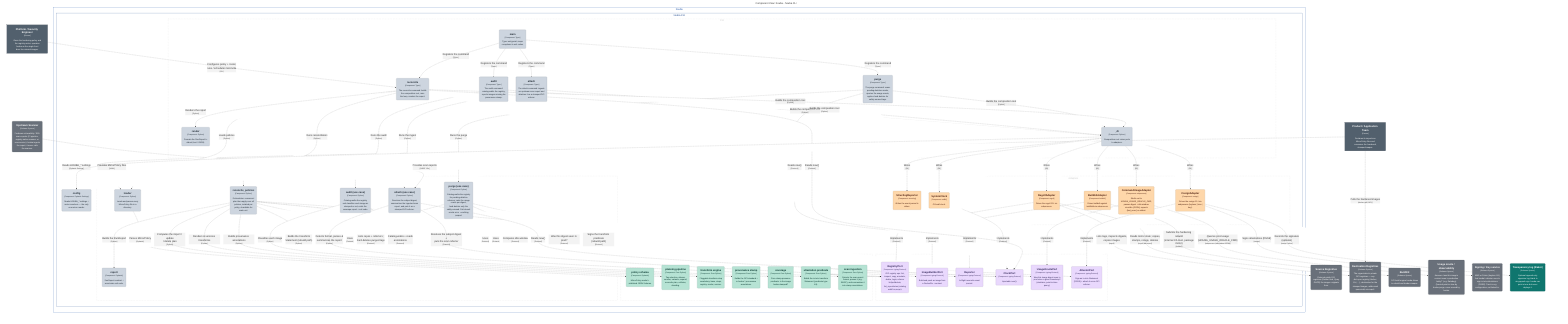
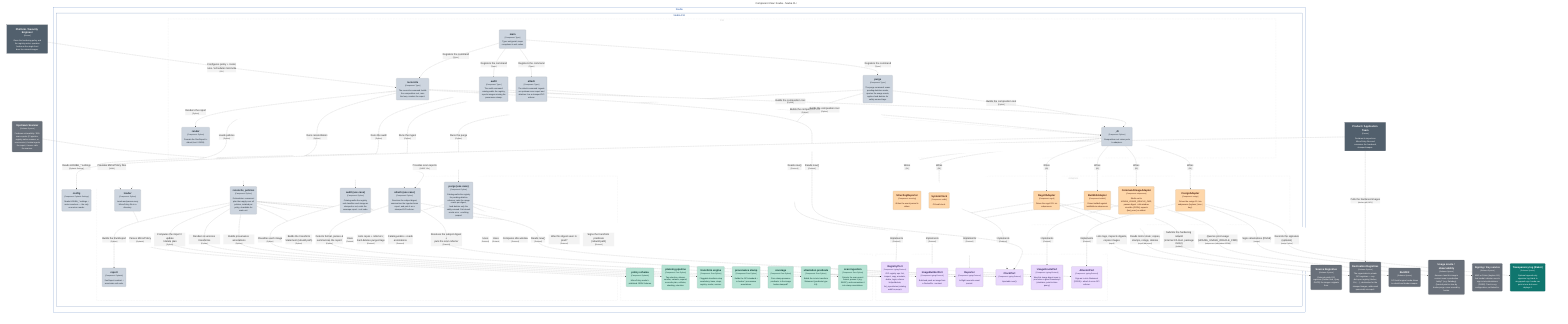
graph LR
  linkStyle default fill:#ffffff

  subgraph diagram ["Component View: houba - houba CLI"]
    style diagram fill:#ffffff,stroke:#ffffff

    1["<div style='font-weight: bold'>Platform / Security Engineer</div><div style='font-size: 70%; margin-top: 0px'>[Person]</div><div style='font-size: 80%; margin-top:10px'>Owns the hardening policy and<br />the registry roster; operates<br />houba as the single front<br />door for external images.</div>"]
    style 1 fill:#52606d,stroke:#39434c,color:#ffffff
    2["<div style='font-weight: bold'>Product / Application Team</div><div style='font-size: 70%; margin-top: 0px'>[Person]</div><div style='font-size: 80%; margin-top:10px'>Declares its imports as<br />MirrorPolicy files and<br />consumes the hardened,<br />stamped images.</div>"]
    style 2 fill:#52606d,stroke:#39434c,color:#ffffff

    44("<div style='font-weight: bold'>Source Registries</div><div style='font-size: 70%; margin-top: 0px'>[Software System]</div><div style='font-size: 80%; margin-top:10px'>External public OCI<br />registries (Docker Hub, Quay,<br />GHCR) the images originate<br />from.</div>")
    style 44 fill:#69707a,stroke:#494e55,color:#ffffff
    45("<div style='font-weight: bold'>Destination Registries</div><div style='font-size: 70%; margin-top: 0px'>[Software System]</div><div style='font-size: 80%; margin-top:10px'>The organization's private<br />OCI registries — any<br />dist-spec registry (Harbor,<br />Zot, …); destination for the<br />stamped images, addressed<br />generically via regctl.</div>")
    style 45 fill:#69707a,stroke:#494e55,color:#ffffff
    46("<div style='font-weight: bold'>BuildKit</div><div style='font-size: 70%; margin-top: 0px'>[Software System]</div><div style='font-size: 80%; margin-top:10px'>OCI build engine houba drives<br />to rebuild and harden images.</div>")
    style 46 fill:#69707a,stroke:#494e55,color:#ffffff
    50("<div style='font-weight: bold'>Usage oracle / observability</div><div style='font-size: 70%; margin-top: 0px'>[Software System]</div><div style='font-size: 80%; margin-top:10px'>Answers 'was this image's<br />content seen in production<br />lately?' (e.g. Datadog).<br />Queried point-in-time by<br />houba purge; never owned by<br />houba.</div>")
    style 50 fill:#69707a,stroke:#494e55,color:#ffffff
    51("<div style='font-weight: bold'>Signing / Key service</div><div style='font-size: 70%; margin-top: 0px'>[Software System]</div><div style='font-size: 80%; margin-top:10px'>KMS or Fulcio (keyless CA)<br />that houba's attestor uses to<br />sign in-toto attestations<br />(DSSE). Trust is org<br />configuration, not baked in.</div>")
    style 51 fill:#69707a,stroke:#494e55,color:#ffffff
    52("<div style='font-weight: bold'>Transparency log (Rekor)</div><div style='font-size: 70%; margin-top: 0px'>[Software System]</div><div style='font-size: 80%; margin-top:10px'>Optional append-only<br />signature log; blank in<br />air-gapped orgs. houba can<br />point at one but never<br />deploys it.</div>")
    style 52 fill:#0f766e,stroke:#0a524d,color:#ffffff
    53("<div style='font-weight: bold'>Upstream Scanner</div><div style='font-size: 70%; margin-top: 0px'>[Software System]</div><div style='font-size: 80%; margin-top:10px'>Produces vulnerability / EOL<br />scan reports (CI pipeline,<br />registry-native scanner, or<br />scan service). houba ingests<br />the report; it never calls<br />the scanner.</div>")
    style 53 fill:#69707a,stroke:#494e55,color:#ffffff

    subgraph 4 ["houba"]
      style 4 fill:#ffffff,stroke:#154da4,color:#154da4

      subgraph 5 ["houba CLI"]
        style 5 fill:#ffffff,stroke:#19458c,color:#19458c

        subgraph group1 ["Adapters"]
          style group1 fill:#ffffff,stroke:#cccccc,color:#cccccc,stroke-dasharray:5

          32("<div style='font-weight: bold'>RegctlAdapter</div><div style='font-size: 70%; margin-top: 0px'>[Component: regctl]</div><div style='font-size: 80%; margin-top:10px'>Drives the regctl CLI via<br />subprocess.</div>")
          style 32 fill:#fed7aa,stroke:#b19676,color:#4a1b0c
          33("<div style='font-weight: bold'>BuildkitAdapter</div><div style='font-size: 70%; margin-top: 0px'>[Component: buildctl]</div><div style='font-size: 80%; margin-top:10px'>Drives buildctl against<br />buildkitd via subprocess.</div>")
          style 33 fill:#fed7aa,stroke:#b19676,color:#4a1b0c
          34("<div style='font-weight: bold'>StructlogReporter</div><div style='font-size: 70%; margin-top: 0px'>[Component: structlog]</div><div style='font-size: 80%; margin-top:10px'>Writes the event journal to<br />stderr.</div>")
          style 34 fill:#fed7aa,stroke:#b19676,color:#4a1b0c
          35("<div style='font-weight: bold'>SystemClock</div><div style='font-size: 70%; margin-top: 0px'>[Component: stdlib]</div><div style='font-size: 80%; margin-top:10px'>OS wall clock.</div>")
          style 35 fill:#fed7aa,stroke:#b19676,color:#4a1b0c
          36("<div style='font-weight: bold'>CommandUsageAdapter</div><div style='font-size: 70%; margin-top: 0px'>[Component: subprocess]</div><div style='font-size: 80%; margin-top:10px'>Shells out to<br />HOUBA_USAGE_ORACLE_CMD;<br />passes digest + idle window<br />via stdin (JSON); expects<br />{last_seen} on stdout.</div>")
          style 36 fill:#fed7aa,stroke:#b19676,color:#4a1b0c
          37("<div style='font-weight: bold'>CosignAdapter</div><div style='font-size: 70%; margin-top: 0px'>[Component: cosign]</div><div style='font-size: 80%; margin-top:10px'>Drives the cosign CLI via<br />subprocess (keyless | kms |<br />key).</div>")
          style 37 fill:#fed7aa,stroke:#b19676,color:#4a1b0c
        end

        subgraph group2 ["CLI"]
          style group2 fill:#ffffff,stroke:#cccccc,color:#cccccc,stroke-dasharray:5

          10("<div style='font-weight: bold'>attach</div><div style='font-size: 70%; margin-top: 0px'>[Component: Typer]</div><div style='font-size: 80%; margin-top:10px'>The attach command: ingests<br />an upstream scan report and<br />attaches it as a stamped OCI<br />referrer.</div>")
          style 10 fill:#cdd5df,stroke:#8f959c,color:#1f2933
          11("<div style='font-weight: bold'>render</div><div style='font-size: 70%; margin-top: 0px'>[Component: Python]</div><div style='font-size: 80%; margin-top:10px'>Formats the RunReport to<br />stdout (text / JSON).</div>")
          style 11 fill:#cdd5df,stroke:#8f959c,color:#1f2933
          12("<div style='font-weight: bold'>_di</div><div style='font-size: 70%; margin-top: 0px'>[Component: Python]</div><div style='font-size: 80%; margin-top:10px'>Composition root: wires ports<br />to adapters.</div>")
          style 12 fill:#cdd5df,stroke:#8f959c,color:#1f2933
          6("<div style='font-weight: bold'>main</div><div style='font-size: 70%; margin-top: 0px'>[Component: Typer]</div><div style='font-size: 80%; margin-top:10px'>Typer entrypoint; maps<br />exceptions to exit codes.</div>")
          style 6 fill:#cdd5df,stroke:#8f959c,color:#1f2933
          7("<div style='font-weight: bold'>reconcile</div><div style='font-size: 70%; margin-top: 0px'>[Component: Typer]</div><div style='font-size: 80%; margin-top:10px'>The reconcile command: builds<br />the composition root, runs<br />the loop, renders the report.</div>")
          style 7 fill:#cdd5df,stroke:#8f959c,color:#1f2933
          8("<div style='font-weight: bold'>purge</div><div style='font-size: 70%; margin-top: 0px'>[Component: Typer]</div><div style='font-size: 80%; margin-top:10px'>The purge command: scans<br />pending-deletion marks,<br />queries the usage oracle,<br />applies hard-deletes for<br />safely-unused tags.</div>")
          style 8 fill:#cdd5df,stroke:#8f959c,color:#1f2933
          9("<div style='font-weight: bold'>audit</div><div style='font-size: 70%; margin-top: 0px'>[Component: Typer]</div><div style='font-size: 80%; margin-top:10px'>The audit command:<br />catalog-walks the registry,<br />reports images missing the<br />provenance stamp.</div>")
          style 9 fill:#cdd5df,stroke:#8f959c,color:#1f2933
        end

        subgraph group3 ["Domain (pure)"]
          style group3 fill:#ffffff,stroke:#cccccc,color:#cccccc,stroke-dasharray:5

          19("<div style='font-weight: bold'>policy schema</div><div style='font-size: 70%; margin-top: 0px'>[Component: Pydantic]</div><div style='font-size: 80%; margin-top:10px'>MirrorPolicy model +<br />published JSON Schema.</div>")
          style 19 fill:#b6e3d4,stroke:#7f9e94,color:#04342c
-           20("<div style='font-weight: bold'>planning pipeline</div><div style='font-size: 70%; margin-top: 0px'>[Component: Pure Python]</div><div style='font-size: 80%; margin-top:10px'>Tag selection, aliases,<br />semver, variants, expand,<br />reconcile plan, collision,<br />sharding.</div>")
+           20("<div style='font-weight: bold'>planning pipeline</div><div style='font-size: 70%; margin-top: 0px'>[Component: Pure Python]</div><div style='font-size: 80%; margin-top:10px'>Tag selection, aliases,<br />semver, variants, expand,<br />reconcile plan, collision,<br />sharding, retention.</div>")
          style 20 fill:#b6e3d4,stroke:#7f9e94,color:#04342c
          21("<div style='font-weight: bold'>transform engine</div><div style='font-size: 70%; margin-top: 0px'>[Component: Pure Python]</div><div style='font-size: 80%; margin-top:10px'>Pluggable transform-step<br />vocabulary: base, steps,<br />registry, render, version.</div>")
          style 21 fill:#b6e3d4,stroke:#7f9e94,color:#04342c
          22("<div style='font-weight: bold'>provenance stamp</div><div style='font-size: 70%; margin-top: 0px'>[Component: Pure Python]</div><div style='font-size: 80%; margin-top:10px'>Builds the OCI-standard +<br />io.houba.* provenance<br />annotations.</div>")
          style 22 fill:#b6e3d4,stroke:#7f9e94,color:#04342c
          23("<div style='font-weight: bold'>coverage</div><div style='font-size: 70%; margin-top: 0px'>[Component: Pure Python]</div><div style='font-size: 80%; margin-top:10px'>Pure stamp-presence<br />predicate: is the image<br />houba-stamped?</div>")
          style 23 fill:#b6e3d4,stroke:#7f9e94,color:#04342c
          24("<div style='font-weight: bold'>attestation predicate</div><div style='font-size: 70%; margin-top: 0px'>[Component: Pure Python]</div><div style='font-size: 80%; margin-top:10px'>Builds the in-toto transform<br />Statement (predicate type<br />/v1).</div>")
          style 24 fill:#b6e3d4,stroke:#7f9e94,color:#04342c
          25("<div style='font-weight: bold'>scan ingestion</div><div style='font-size: 70%; margin-top: 0px'>[Component: Pure Python]</div><div style='font-size: 80%; margin-top:10px'>Detects the scan-report<br />format, parses it (e.g.<br />SARIF), and summarizes it<br />into stamp annotations.</div>")
          style 25 fill:#b6e3d4,stroke:#7f9e94,color:#04342c
        end

        subgraph group4 ["Ports"]
          style group4 fill:#ffffff,stroke:#cccccc,color:#cccccc,stroke-dasharray:5

          26("<div style='font-weight: bold'>RegistryPort</div><div style='font-size: 70%; margin-top: 0px'>[Component: typing.Protocol]</div><div style='font-size: 80%; margin-top:10px'>OCI registry ops: list,<br />inspect, copy, annotate,<br />delete, login, referrer<br />list/put/delete;<br />list_repositories (catalog<br />walk for purge).</div>")
          style 26 fill:#e9d8fd,stroke:#a397b1,color:#322659
          27("<div style='font-weight: bold'>ImageBuilderPort</div><div style='font-size: 70%; margin-top: 0px'>[Component: typing.Protocol]</div><div style='font-size: 80%; margin-top:10px'>Build and push an image from<br />a Dockerfile + context.</div>")
          style 27 fill:#e9d8fd,stroke:#a397b1,color:#322659
          28("<div style='font-weight: bold'>Reporter</div><div style='font-size: 70%; margin-top: 0px'>[Component: typing.Protocol]</div><div style='font-size: 80%; margin-top:10px'>In-flight reconcile event<br />journal.</div>")
          style 28 fill:#e9d8fd,stroke:#a397b1,color:#322659
          29("<div style='font-weight: bold'>ClockPort</div><div style='font-size: 70%; margin-top: 0px'>[Component: typing.Protocol]</div><div style='font-size: 80%; margin-top:10px'>Injectable now().</div>")
          style 29 fill:#e9d8fd,stroke:#a397b1,color:#322659
          30("<div style='font-weight: bold'>UsageOraclePort</div><div style='font-size: 70%; margin-top: 0px'>[Component: typing.Protocol]</div><div style='font-size: 80%; margin-top:10px'>Was this image digest seen in<br />prod since a given timestamp?<br />(stateless, point-in-time<br />query).</div>")
          style 30 fill:#e9d8fd,stroke:#a397b1,color:#322659
          31("<div style='font-weight: bold'>AttestorPort</div><div style='font-size: 70%; margin-top: 0px'>[Component: typing.Protocol]</div><div style='font-size: 80%; margin-top:10px'>Sign an in-toto Statement<br />(DSSE) + attach it as an OCI<br />referrer.</div>")
          style 31 fill:#e9d8fd,stroke:#a397b1,color:#322659
        end

        subgraph group5 ["Use cases"]
          style group5 fill:#ffffff,stroke:#cccccc,color:#cccccc,stroke-dasharray:5

          13("<div style='font-weight: bold'>loader</div><div style='font-size: 70%; margin-top: 0px'>[Component: Python]</div><div style='font-size: 80%; margin-top:10px'>Loads and parses every<br />MirrorPolicy file in a<br />directory.</div>")
          style 13 fill:#cdd5df,stroke:#8f959c,color:#1f2933
          14("<div style='font-weight: bold'>reconcile_policies</div><div style='font-size: 70%; margin-top: 0px'>[Component: Python]</div><div style='font-size: 80%; margin-top:10px'>Orchestrator: concurrent<br />plan-then-apply over all<br />policies, isolated per<br />policy, shardable for<br />scale-out.</div>")
          style 14 fill:#cdd5df,stroke:#8f959c,color:#1f2933
          15("<div style='font-weight: bold'>purge (use case)</div><div style='font-size: 70%; margin-top: 0px'>[Component: Python]</div><div style='font-size: 80%; margin-top:10px'>Catalog-walks the registry<br />for pending-deletion<br />referrers; asks the usage<br />oracle per digest;<br />hard-deletes only the<br />safely-unused. Fail-closed:<br />oracle error ⇒ nothing<br />purged.</div>")
          style 15 fill:#cdd5df,stroke:#8f959c,color:#1f2933
          16("<div style='font-weight: bold'>audit (use case)</div><div style='font-size: 70%; margin-top: 0px'>[Component: Python]</div><div style='font-size: 80%; margin-top:10px'>Catalog-walks the registry<br />and classifies each image as<br />stamped or not; emits the<br />coverage report + exit code.</div>")
          style 16 fill:#cdd5df,stroke:#8f959c,color:#1f2933
          17("<div style='font-weight: bold'>attach (use case)</div><div style='font-size: 70%; margin-top: 0px'>[Component: Python]</div><div style='font-size: 80%; margin-top:10px'>Resolves the subject digest,<br />summarizes the ingested scan<br />report, and puts it as a<br />stamped OCI referrer.</div>")
          style 17 fill:#cdd5df,stroke:#8f959c,color:#1f2933
          18("<div style='font-weight: bold'>report</div><div style='font-size: 70%; margin-top: 0px'>[Component: Pydantic]</div><div style='font-size: 80%; margin-top:10px'>RunReport contract +<br />worst-wins exit code.</div>")
          style 18 fill:#cdd5df,stroke:#8f959c,color:#1f2933
        end

        38("<div style='font-weight: bold'>config</div><div style='font-size: 70%; margin-top: 0px'>[Component: Pydantic Settings]</div><div style='font-size: 80%; margin-top:10px'>Reads HOUBA_* settings +<br />roster resolvers — the only<br />os.environ reader.</div>")
        style 38 fill:#cdd5df,stroke:#8f959c,color:#1f2933
      end

    end

+     12-. "<div>Wires</div><div style='font-size: 70%'>[DI]</div>" .->34
+     12-. "<div>Wires</div><div style='font-size: 70%'>[DI]</div>" .->35
    12-. "<div>Wires</div><div style='font-size: 70%'>[DI]</div>" .->36
    13-. "<div>Parses MirrorPolicy</div><div style='font-size: 70%'>[Pydantic]</div>" .->19
    14-. "<div>Builds the RunReport</div><div style='font-size: 70%'>[Python]</div>" .->18
    14-. "<div>Computes the import / update<br />/ delete plan</div><div style='font-size: 70%'>[Python]</div>" .->20
    14-. "<div>Renders & versions transforms</div><div style='font-size: 70%'>[Python]</div>" .->21
    14-. "<div>Builds provenance annotations</div><div style='font-size: 70%'>[Python]</div>" .->22
    14-. "<div>Uses</div><div style='font-size: 70%'>[Protocol]</div>" .->26
    14-. "<div>Uses</div><div style='font-size: 70%'>[Protocol]</div>" .->27
    14-. "<div>Uses</div><div style='font-size: 70%'>[Protocol]</div>" .->28
    15-. "<div>Lists repos + referrers;<br />hard-deletes purged tags</div><div style='font-size: 70%'>[Protocol]</div>" .->26
    15-. "<div>Was this digest seen in prod?</div><div style='font-size: 70%'>[Protocol]</div>" .->30
    15-. "<div>Computes idle window</div><div style='font-size: 70%'>[Protocol]</div>" .->29
    32-. "<div>Implements</div><div style='font-size: 70%'>[Protocol]</div>" .->26
    33-. "<div>Implements</div><div style='font-size: 70%'>[Protocol]</div>" .->27
    34-. "<div>Implements</div><div style='font-size: 70%'>[Protocol]</div>" .->28
    35-. "<div>Implements</div><div style='font-size: 70%'>[Protocol]</div>" .->29
    36-. "<div>Implements</div><div style='font-size: 70%'>[Protocol]</div>" .->30
    32-. "<div>Lists tags, inspects digests,<br />copies images</div><div style='font-size: 70%'>[regctl]</div>" .->44
    32-. "<div>Reads mirror state; copies,<br />stamps, retags, deletes</div><div style='font-size: 70%'>[regctl (dist-spec)]</div>" .->45
    33-. "<div>Submits the hardening rebuild<br />(internal CA trust, package<br />mirror)</div><div style='font-size: 70%'>[buildctl]</div>" .->46
    36-. "<div>Queries prod usage<br />(HOUBA_USAGE_ORACLE_CMD)</div><div style='font-size: 70%'>[subprocess (stdin/stdout JSON)]</div>" .->50
    14-. "<div>Builds the transform<br />Statement (rebuild path)</div><div style='font-size: 70%'>[Python]</div>" .->24
    14-. "<div>Signs the transform predicate<br />(rebuild path)</div><div style='font-size: 70%'>[Protocol]</div>" .->31
    12-. "<div>Wires</div><div style='font-size: 70%'>[DI]</div>" .->37
    37-. "<div>Implements</div><div style='font-size: 70%'>[Protocol]</div>" .->31
    37-. "<div>Signs attestations (DSSE)</div><div style='font-size: 70%'>[cosign]</div>" .->51
    37-. "<div>Records the signature<br />(optional)</div><div style='font-size: 70%'>[cosign / rekor]</div>" .->52
    2-. "<div>Pulls the hardened images</div><div style='font-size: 70%'>[docker pull (OCI)]</div>" .->45
    1-. "<div>Configures policy + roster,<br />runs / schedules reconcile</div><div style='font-size: 70%'>[CLI]</div>" .->7
    2-. "<div>Provides MirrorPolicy files</div><div style='font-size: 70%'>[YAML]</div>" .->13
    6-. "<div>Registers the command</div><div style='font-size: 70%'>[Typer]</div>" .->7
    6-. "<div>Registers the command</div><div style='font-size: 70%'>[Typer]</div>" .->8
    6-. "<div>Registers the command</div><div style='font-size: 70%'>[Typer]</div>" .->9
    6-. "<div>Registers the command</div><div style='font-size: 70%'>[Typer]</div>" .->10
    9-. "<div>Builds the composition root</div><div style='font-size: 70%'>[Python]</div>" .->12
    9-. "<div>Runs the audit</div><div style='font-size: 70%'>[Python]</div>" .->16
    16-. "<div>Classifies each image</div><div style='font-size: 70%'>[Python]</div>" .->23
    16-. "<div>Catalog-walks + reads<br />annotations</div><div style='font-size: 70%'>[Protocol]</div>" .->26
    10-. "<div>Builds the composition root</div><div style='font-size: 70%'>[Python]</div>" .->12
    10-. "<div>Runs the ingest</div><div style='font-size: 70%'>[Python]</div>" .->17
    53-. "<div>Provides scan reports</div><div style='font-size: 70%'>[SARIF / file]</div>" .->17
    17-. "<div>Detects format, parses &<br />summarizes the report</div><div style='font-size: 70%'>[Python]</div>" .->25
    17-. "<div>Resolves the subject digest +<br />puts the scan referrer</div><div style='font-size: 70%'>[Protocol]</div>" .->26
    17-. "<div>Reads now()</div><div style='font-size: 70%'>[Protocol]</div>" .->29
    8-. "<div>Builds the composition root</div><div style='font-size: 70%'>[Python]</div>" .->12
    8-. "<div>Runs the purge</div><div style='font-size: 70%'>[Python]</div>" .->15
    8-. "<div>Reads now()</div><div style='font-size: 70%'>[Protocol]</div>" .->29
    7-. "<div>Builds the composition root</div><div style='font-size: 70%'>[Python]</div>" .->12
    7-. "<div>Loads policies</div><div style='font-size: 70%'>[Python]</div>" .->13
    7-. "<div>Runs reconciliation</div><div style='font-size: 70%'>[Python]</div>" .->14
    7-. "<div>Renders the report</div><div style='font-size: 70%'>[Python]</div>" .->11
    7-. "<div>Reads now()</div><div style='font-size: 70%'>[Protocol]</div>" .->29
    12-. "<div>Reads HOUBA_* settings</div><div style='font-size: 70%'>[Pydantic Settings]</div>" .->38
    12-. "<div>Wires</div><div style='font-size: 70%'>[DI]</div>" .->32
    12-. "<div>Wires</div><div style='font-size: 70%'>[DI]</div>" .->33
-     12-. "<div>Wires</div><div style='font-size: 70%'>[DI]</div>" .->34
-     12-. "<div>Wires</div><div style='font-size: 70%'>[DI]</div>" .->35

  end